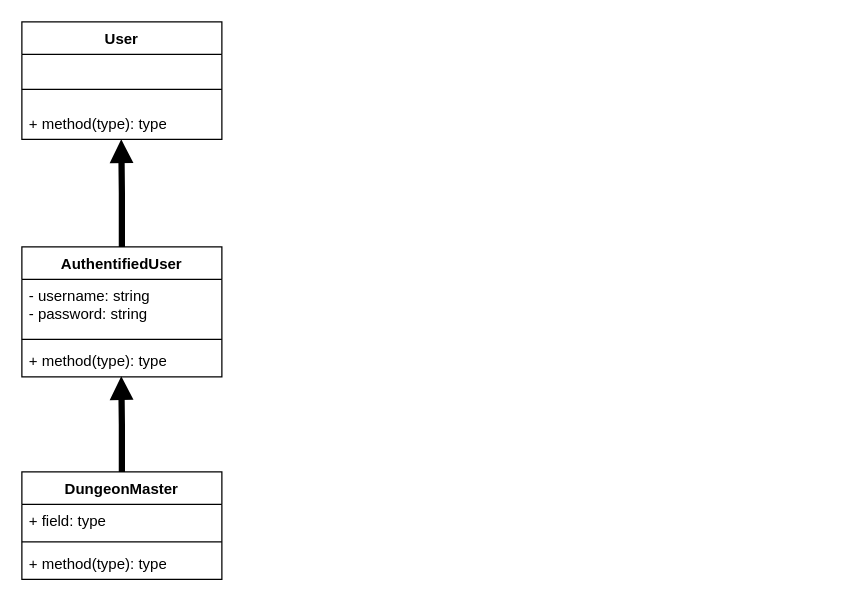
This is page "Class diagram" (2 of 2) of coo_tp1_cas_utilisation.drawio from liestig/coo_ap5_tp, a draw.io file, before an edit. Source tidied: cells renumbered, new cells numbered last; positions are measured from the earlier drawing's top-left corner, leaving out a move shared by most shapes. Both pictures are drawn from the tidied source at 125%, with x=0, y=0 at pixel (21, 21).
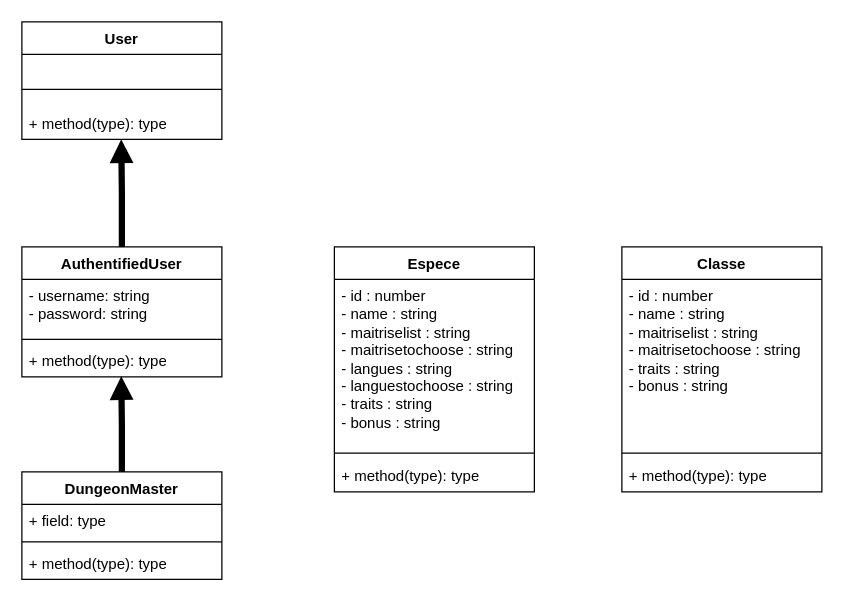
The same diagram, later.

Commit message:
Mettre à jour coo_tp1_cas_utilisation.drawio

Diff of the diagram source:
```diff
@@
+    <mxCell id="16" value="Espece" style="swimlane;fontStyle=1;align=center;verticalAlign=top;horizontal=1;startSize=26;whiteSpace=wrap;html=1;" parent="1" vertex="1">
+      <mxGeometry x="250" y="180" width="160" height="196" as="geometry" />
+    </mxCell>
+    <mxCell id="17" value="&lt;div&gt;- id : number&lt;/div&gt;&lt;div&gt;- name : string&amp;nbsp;&lt;/div&gt;&lt;div&gt;- maitriselist : string&lt;/div&gt;&lt;div&gt;- maitrisetochoose : string&lt;/div&gt;&lt;div&gt;- langues : string&lt;/div&gt;&lt;div&gt;- languestochoose : string&lt;/div&gt;&lt;div&gt;- traits : string&amp;nbsp;&lt;/div&gt;&lt;div&gt;- bonus : string&lt;/div&gt;&lt;div&gt;&lt;br&gt;&lt;/div&gt;" style="text;strokeColor=none;fillColor=none;align=left;verticalAlign=top;spacingLeft=4;spacingRight=4;overflow=hidden;whiteSpace=wrap;html=1;" parent="16" vertex="1">
+      <mxGeometry y="26" width="160" height="134" as="geometry" />
+    </mxCell>
+    <mxCell id="18" style="line;strokeWidth=1;fillColor=none;align=left;verticalAlign=middle;spacingTop=-1;spacingLeft=3;spacingRight=3;labelPosition=right;strokeColor=inherit;" parent="16" vertex="1">
+      <mxGeometry y="160" width="160" height="10" as="geometry" />
+    </mxCell>
+    <mxCell id="19" value="+ method(type): type" style="text;strokeColor=none;fillColor=none;align=left;verticalAlign=top;spacingLeft=4;spacingRight=4;overflow=hidden;whiteSpace=wrap;html=1;" parent="16" vertex="1">
+      <mxGeometry y="170" width="160" height="26" as="geometry" />
+    </mxCell>
+    <mxCell id="20" value="Classe" style="swimlane;fontStyle=1;align=center;verticalAlign=top;horizontal=1;startSize=26;whiteSpace=wrap;html=1;" parent="1" vertex="1">
+      <mxGeometry x="480" y="180" width="160" height="196" as="geometry" />
+    </mxCell>
+    <mxCell id="21" value="&lt;div&gt;- id : number&lt;/div&gt;&lt;div&gt;- name : string&amp;nbsp;&lt;/div&gt;&lt;div&gt;- maitriselist : string&lt;/div&gt;&lt;div&gt;- maitrisetochoose : string&lt;/div&gt;&lt;div&gt;&lt;span style=&quot;background-color: initial;&quot;&gt;- traits : string&amp;nbsp;&lt;/span&gt;&lt;br&gt;&lt;/div&gt;&lt;div&gt;- bonus : string&lt;/div&gt;&lt;div&gt;&lt;br&gt;&lt;/div&gt;" style="text;strokeColor=none;fillColor=none;align=left;verticalAlign=top;spacingLeft=4;spacingRight=4;overflow=hidden;whiteSpace=wrap;html=1;" parent="20" vertex="1">
+      <mxGeometry y="26" width="160" height="134" as="geometry" />
+    </mxCell>
+    <mxCell id="22" style="line;strokeWidth=1;fillColor=none;align=left;verticalAlign=middle;spacingTop=-1;spacingLeft=3;spacingRight=3;labelPosition=right;strokeColor=inherit;" parent="20" vertex="1">
+      <mxGeometry y="160" width="160" height="10" as="geometry" />
+    </mxCell>
+    <mxCell id="23" value="+ method(type): type" style="text;strokeColor=none;fillColor=none;align=left;verticalAlign=top;spacingLeft=4;spacingRight=4;overflow=hidden;whiteSpace=wrap;html=1;" parent="20" vertex="1">
+      <mxGeometry y="170" width="160" height="26" as="geometry" />
+    </mxCell>
```
